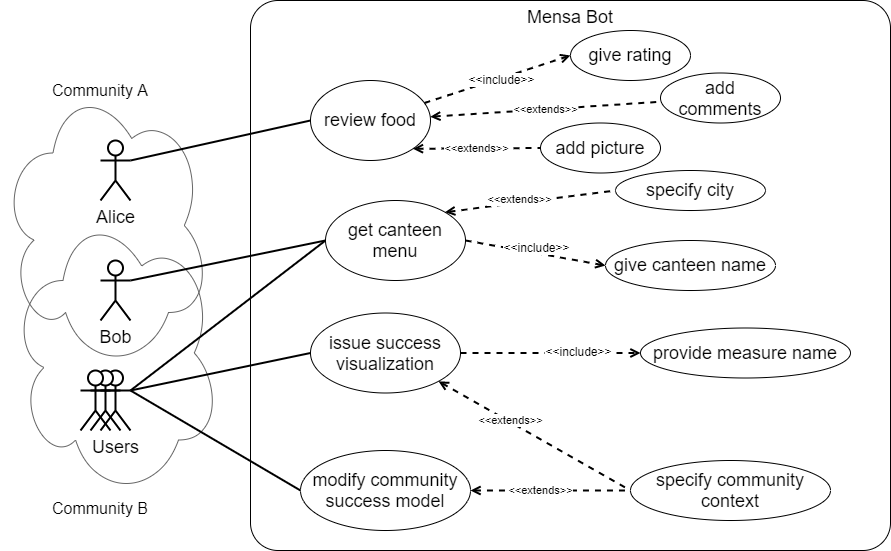
Above: figures/concept/usecase.png in lakhoune/bachelor-thesis (draw.io), before the change. Source tidied: cells renumbered, new cells last; positions are measured from the earlier drawing's top-left corner, leaving out a move shared by most shapes.
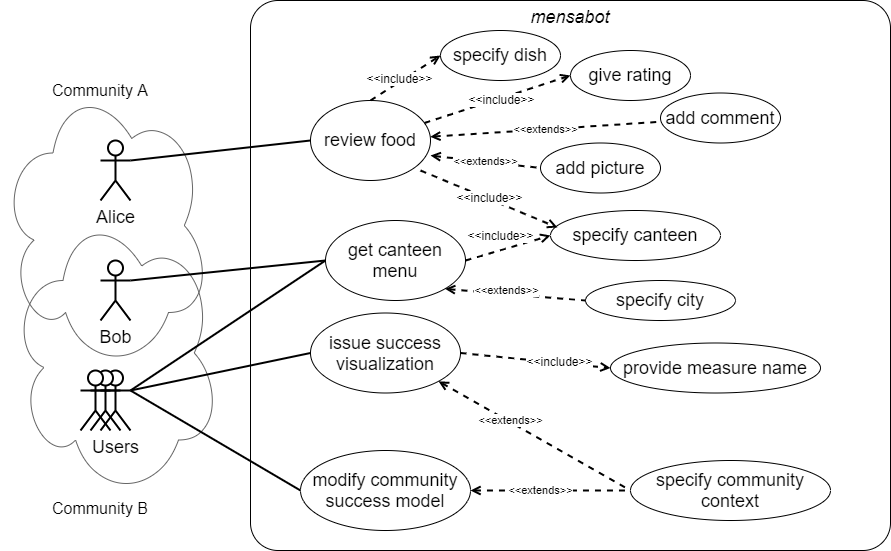
The same diagram one commit later.

The edit, as a diff of the source:
```diff
@@ -8,7 +8,7 @@
     <mxCell id="3" style="ellipse;shape=cloud;whiteSpace=wrap;html=1;verticalAlign=middle;labelPosition=left;verticalLabelPosition=middle;align=right;fillColor=none;strokeColor=#666666;fontColor=#333333;" parent="1" vertex="1">
       <mxGeometry x="10" y="207.5" width="210" height="290" as="geometry" />
     </mxCell>
-    <mxCell id="4" value="Mensa Bot" style="rounded=1;whiteSpace=wrap;html=1;verticalAlign=top;fontSize=18;arcSize=5;" parent="1" vertex="1">
+    <mxCell id="4" value="&lt;i&gt;mensabot&lt;/i&gt;" style="rounded=1;whiteSpace=wrap;html=1;verticalAlign=top;fontSize=18;arcSize=5;" parent="1" vertex="1">
       <mxGeometry x="250" width="640" height="550" as="geometry" />
     </mxCell>
     <mxCell id="5" value="Alice" style="shape=umlActor;verticalLabelPosition=bottom;labelBackgroundColor=#ffffff;verticalAlign=top;html=1;outlineConnect=0;fontSize=18;strokeWidth=2;" parent="1" vertex="1">
@@ -44,7 +44,7 @@
       <mxGeometry x="310" y="312.5" width="150" height="80" as="geometry" />
     </mxCell>
     <mxCell id="15" value="provide measure name" style="ellipse;whiteSpace=wrap;html=1;fontSize=18;" parent="1" vertex="1">
-      <mxGeometry x="640" y="327.5" width="210" height="50" as="geometry" />
+      <mxGeometry x="610" y="342.5" width="210" height="50" as="geometry" />
     </mxCell>
     <mxCell id="16" style="rounded=0;jettySize=auto;html=1;exitX=1;exitY=0.3333333333333333;exitDx=0;exitDy=0;exitPerimeter=0;entryX=0;entryY=0.5;entryDx=0;entryDy=0;fontSize=18;strokeWidth=2;endFill=0;endArrow=none;" parent="1" edge="1" source="17" target="26">
       <mxGeometry relative="1" as="geometry" />
@@ -74,19 +74,19 @@
       <mxGeometry x="-0.12" relative="1" as="geometry" />
     </mxCell>
     <mxCell id="25" style="group;" parent="1" vertex="1">
-      <mxGeometry x="325" y="170" width="440" height="110" as="geometry" />
+      <mxGeometry x="325" y="190" width="440" height="110" as="geometry" />
     </mxCell>
     <mxCell id="26" value="get canteen menu" style="ellipse;whiteSpace=wrap;html=1;fontSize=18;" parent="25" vertex="1">
       <mxGeometry y="30" width="140" height="80" as="geometry" />
     </mxCell>
     <mxCell id="27" value="&lt;font style=&quot;font-size: 18px&quot;&gt;specify city&lt;/font&gt;" style="ellipse;whiteSpace=wrap;html=1;labelBackgroundColor=none;" parent="25" vertex="1">
-      <mxGeometry x="290" width="150" height="40" as="geometry" />
+      <mxGeometry x="260" y="90" width="150" height="40" as="geometry" />
     </mxCell>
-    <mxCell id="28" value="&amp;lt;&amp;lt;extends&amp;gt;&amp;gt;" style="rounded=0;jettySize=auto;html=1;entryX=0;entryY=0.5;entryDx=0;entryDy=0;startArrow=open;startFill=0;endArrow=none;endFill=0;dashed=1;strokeWidth=2;exitX=1;exitY=0;exitDx=0;exitDy=0;" parent="25" edge="1" source="26" target="27">
+    <mxCell id="28" value="&amp;lt;&amp;lt;extends&amp;gt;&amp;gt;" style="rounded=0;jettySize=auto;html=1;entryX=0;entryY=0.5;entryDx=0;entryDy=0;startArrow=open;startFill=0;endArrow=none;endFill=0;dashed=1;strokeWidth=2;exitX=1;exitY=1;exitDx=0;exitDy=0;" parent="25" edge="1" source="26" target="27">
       <mxGeometry x="-0.13" y="3" relative="1" as="geometry" />
     </mxCell>
-    <mxCell id="29" value="give canteen name" style="ellipse;whiteSpace=wrap;html=1;fontSize=18;" parent="25" vertex="1">
-      <mxGeometry x="280" y="70" width="170" height="50" as="geometry" />
+    <mxCell id="29" value="specify canteen" style="ellipse;whiteSpace=wrap;html=1;fontSize=18;" parent="25" vertex="1">
+      <mxGeometry x="225" y="20" width="170" height="50" as="geometry" />
     </mxCell>
     <mxCell id="30" style="edgeStyle=none;rounded=0;jettySize=auto;html=1;endArrow=open;endFill=0;startArrow=none;startFill=0;dashed=1;strokeWidth=2;fontSize=18;entryX=0;entryY=0.5;entryDx=0;entryDy=0;exitX=1;exitY=0.5;exitDx=0;exitDy=0;" parent="25" edge="1" source="26" target="29">
       <mxGeometry relative="1" as="geometry" />
@@ -97,12 +97,12 @@
       </mxGeometry>
     </mxCell>
     <mxCell id="32" style="group;" parent="1" vertex="1">
-      <mxGeometry x="310" y="30" width="470" height="157.5" as="geometry" />
+      <mxGeometry x="310" y="50" width="470" height="157.5" as="geometry" />
     </mxCell>
     <mxCell id="33" value="give rating" style="ellipse;whiteSpace=wrap;html=1;fontSize=18;" parent="32" vertex="1">
       <mxGeometry x="260" width="120" height="50" as="geometry" />
     </mxCell>
-    <mxCell id="34" value="add comments" style="ellipse;whiteSpace=wrap;html=1;fontSize=18;" parent="32" vertex="1">
+    <mxCell id="34" value="add comment" style="ellipse;whiteSpace=wrap;html=1;fontSize=18;" parent="32" vertex="1">
       <mxGeometry x="350" y="42.5" width="120" height="50" as="geometry" />
     </mxCell>
     <mxCell id="35" value="add picture" style="ellipse;whiteSpace=wrap;html=1;fontSize=18;" parent="32" vertex="1">
@@ -111,7 +111,7 @@
     <mxCell id="36" value="review food" style="ellipse;whiteSpace=wrap;html=1;fontSize=18;" parent="32" vertex="1">
       <mxGeometry y="50" width="120" height="80" as="geometry" />
     </mxCell>
-    <mxCell id="37" value="&amp;lt;&amp;lt;extends&amp;gt;&amp;gt;" style="edgeStyle=none;rounded=0;jettySize=auto;html=1;exitX=1;exitY=1;exitDx=0;exitDy=0;entryX=0;entryY=0.5;entryDx=0;entryDy=0;dashed=1;startArrow=open;startFill=0;endArrow=none;endFill=0;strokeWidth=2;" parent="32" edge="1" source="36" target="35">
+    <mxCell id="37" value="&amp;lt;&amp;lt;extends&amp;gt;&amp;gt;" style="edgeStyle=none;rounded=0;jettySize=auto;html=1;exitX=1;exitY=0.688;exitDx=0;exitDy=0;entryX=0;entryY=0.5;entryDx=0;entryDy=0;dashed=1;startArrow=open;startFill=0;endArrow=none;endFill=0;strokeWidth=2;exitPerimeter=0;" parent="32" edge="1" source="36" target="35">
       <mxGeometry as="geometry" />
     </mxCell>
     <mxCell id="38" value="&amp;lt;&amp;lt;extends&amp;gt;&amp;gt;" style="edgeStyle=none;rounded=0;jettySize=auto;html=1;dashed=1;startArrow=open;startFill=0;endArrow=none;endFill=0;strokeWidth=2;" parent="32" edge="1" source="36">
@@ -129,5 +129,26 @@
         <mxPoint x="-15.1" y="6.9" as="offset" />
       </mxGeometry>
     </mxCell>
+    <mxCell id="41" value="specify dish" style="ellipse;whiteSpace=wrap;html=1;fontSize=18;" parent="1" vertex="1">
+      <mxGeometry x="440" y="30" width="120" height="50" as="geometry" />
+    </mxCell>
+    <mxCell id="42" style="edgeStyle=none;rounded=0;jettySize=auto;html=1;endArrow=open;endFill=0;startArrow=none;startFill=0;dashed=1;strokeWidth=2;fontSize=18;entryX=0;entryY=0.5;entryDx=0;entryDy=0;exitX=0.5;exitY=0;exitDx=0;exitDy=0;" parent="1" edge="1" source="36" target="41">
+      <mxGeometry x="-173.9" y="-10" as="geometry" />
+    </mxCell>
+    <mxCell id="43" value="&amp;lt;&amp;lt;include&amp;gt;&amp;gt;" style="text;html=1;align=center;verticalAlign=middle;labelBackgroundColor=#ffffff;rotation=0;fontSize=12;" parent="42" vertex="1">
+      <mxGeometry x="0.27" y="1" relative="1" as="geometry">
+        <mxPoint x="-15.1" y="6.9" as="offset" />
+      </mxGeometry>
+    </mxCell>
+    <mxCell id="44" style="edgeStyle=none;rounded=0;jettySize=auto;html=1;endArrow=open;endFill=0;startArrow=none;startFill=0;dashed=1;strokeWidth=2;fontSize=18;entryX=0.041;entryY=0.34;entryDx=0;entryDy=0;entryPerimeter=0;" parent="1" edge="1" target="29">
+      <mxGeometry relative="1" as="geometry">
+        <mxPoint x="420" y="170" as="sourcePoint" />
+      </mxGeometry>
+    </mxCell>
+    <mxCell id="45" value="&amp;lt;&amp;lt;include&amp;gt;&amp;gt;" style="text;html=1;align=center;verticalAlign=middle;labelBackgroundColor=#ffffff;rotation=0;fontSize=12;" parent="44" vertex="1">
+      <mxGeometry x="0.27" y="1" relative="1" as="geometry">
+        <mxPoint x="-18.8" y="-8.5" as="offset" />
+      </mxGeometry>
+    </mxCell>
   </root>
 </mxGraphModel>
```
